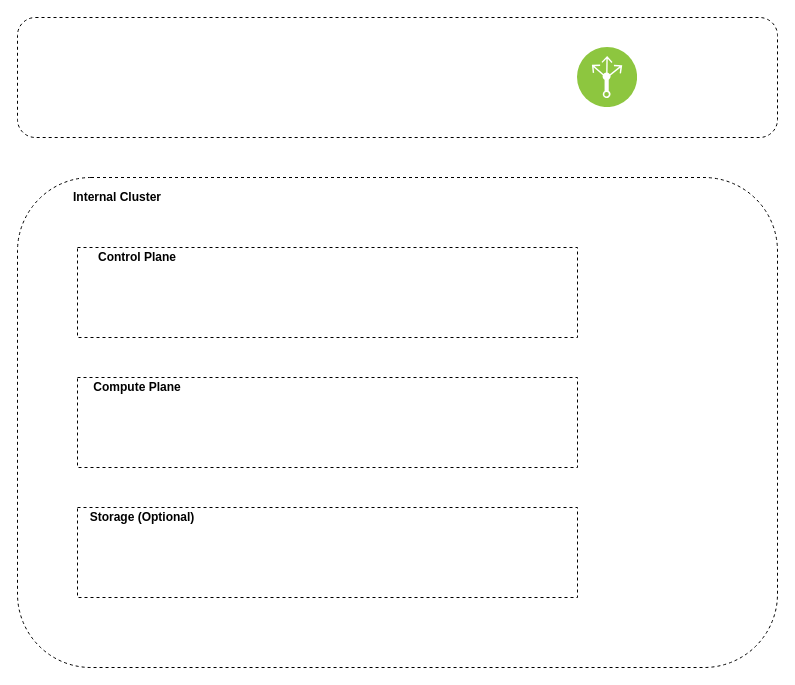
ibm-cloud-architecture/terraform-openshift4-vmware keeps this draw.io diagram as media/vcd_arch.drawio. Above is the earlier version. Source tidied: cells renumbered, new cells numbered last; positions are measured from the earlier drawing's top-left corner, leaving out a move shared by most shapes. Both pictures are drawn from the tidied source at 100%, with x=0, y=0 at pixel (17, 17).
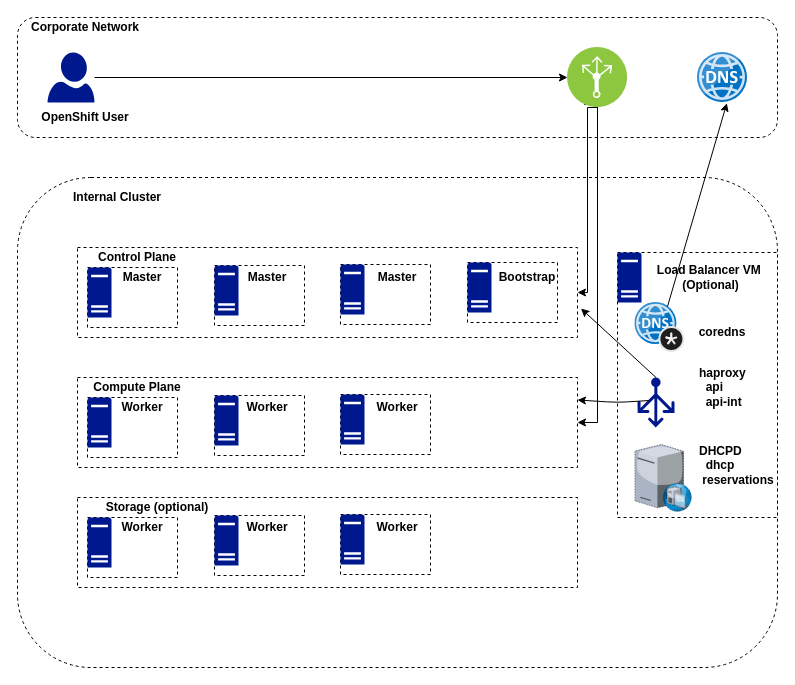
The same page after the edit.

The change refers to these unchanged cells:
```xml
<mxCell id="4" value="&lt;div style=&quot;text-align: justify&quot;&gt;&lt;br&gt;&lt;/div&gt;" style="rounded=0;whiteSpace=wrap;html=1;dashed=1;align=right;labelPosition=left;verticalLabelPosition=top;verticalAlign=bottom;" parent="1" vertex="1">
  <mxGeometry x="60" y="230" width="500" height="90" as="geometry" />
</mxCell>
```

Change to the diagram source:
```diff
@@
-    <mxCell id="5" style="rounded=0;whiteSpace=wrap;html=1;dashed=1;" parent="1" vertex="1">
-      <mxGeometry x="60" y="360" width="500" height="90" as="geometry" />
-    </mxCell>
-    <mxCell id="6" style="rounded=0;whiteSpace=wrap;html=1;dashed=1;" parent="1" vertex="1">
-      <mxGeometry x="60" y="490" width="500" height="90" as="geometry" />
-    </mxCell>
@@
+    <mxCell id="10" value="Internal Cluster" style="text;html=1;strokeColor=none;fillColor=none;align=center;verticalAlign=middle;whiteSpace=wrap;rounded=0;dashed=1;fontStyle=1;" parent="1" vertex="1">
+      <mxGeometry x="50" y="170" width="100" height="20" as="geometry" />
+    </mxCell>
+    <mxCell id="12" style="edgeStyle=orthogonalEdgeStyle;rounded=0;jettySize=auto;html=1;exitX=0.5;exitY=1;exitDx=0;exitDy=0;entryX=1;entryY=0.5;entryDx=0;entryDy=0;" parent="1" edge="1" source="11" target="4">
+      <mxGeometry relative="1" as="geometry">
+        <Array as="points">
+          <mxPoint x="570" y="90" />
+          <mxPoint x="570" y="275" />
+        </Array>
+      </mxGeometry>
+    </mxCell>
+    <mxCell id="13" style="edgeStyle=orthogonalEdgeStyle;rounded=0;jettySize=auto;html=1;exitX=0.25;exitY=1;exitDx=0;exitDy=0;entryX=1;entryY=0.5;entryDx=0;entryDy=0;" parent="1" edge="1" source="11" target="31">
+      <mxGeometry relative="1" as="geometry">
+        <Array as="points">
+          <mxPoint x="580" y="87" />
+          <mxPoint x="580" y="405" />
+        </Array>
+      </mxGeometry>
+    </mxCell>
+    <mxCell id="11" style="perimeter=ellipsePerimeter;html=1;align=center;shadow=0;dashed=0;fontColor=#4277BB;labelBackgroundColor=#ffffff;fontSize=12;spacingTop=3;image;image=img/lib/ibm/infrastructure/load_balancing_routing.svg;" parent="1" vertex="1">
+      <mxGeometry x="550" y="30" width="60" height="60" as="geometry" />
+    </mxCell>
+    <mxCell id="14" style="html=1;points=[];align=center;image;fontSize=12;image=img/lib/mscae/DNS.svg;dashed=1;" parent="1" vertex="1">
+      <mxGeometry x="680" y="35" width="50" height="50" as="geometry" />
+    </mxCell>
+    <mxCell id="15" style="edgeStyle=orthogonalEdgeStyle;rounded=0;jettySize=auto;html=1;entryX=0;entryY=0.5;entryDx=0;entryDy=0;" parent="1" edge="1" source="16" target="11">
+      <mxGeometry relative="1" as="geometry" />
+    </mxCell>
+    <mxCell id="16" style="shadow=0;dashed=0;html=1;strokeColor=none;labelPosition=center;verticalLabelPosition=bottom;verticalAlign=top;align=center;fillColor=#00188D;shape=mxgraph.azure.user;" parent="1" vertex="1">
+      <mxGeometry x="30" y="35" width="47" height="50" as="geometry" />
+    </mxCell>
+    <mxCell id="17" value="Corporate Network" style="text;html=1;strokeColor=none;fillColor=none;align=center;verticalAlign=middle;whiteSpace=wrap;rounded=0;dashed=1;fontStyle=1;" parent="1" vertex="1">
+      <mxGeometry width="136" height="20" as="geometry" />
+    </mxCell>
+    <mxCell id="18" value="OpenShift User" style="text;html=1;strokeColor=none;fillColor=none;align=center;verticalAlign=middle;whiteSpace=wrap;rounded=0;dashed=1;fontStyle=1;" parent="1" vertex="1">
+      <mxGeometry x="18" y="90" width="100" height="20" as="geometry" />
+    </mxCell>
+    <mxCell id="19" style="rounded=0;whiteSpace=wrap;html=1;dashed=1;" parent="1" vertex="1">
+      <mxGeometry x="70" y="250" width="90" height="60" as="geometry" />
+    </mxCell>
+    <mxCell id="20" style="rounded=0;whiteSpace=wrap;html=1;dashed=1;" parent="1" vertex="1">
+      <mxGeometry x="197" y="248" width="90" height="60" as="geometry" />
+    </mxCell>
+    <mxCell id="21" style="rounded=0;whiteSpace=wrap;html=1;dashed=1;" parent="1" vertex="1">
+      <mxGeometry x="323" y="247" width="90" height="60" as="geometry" />
+    </mxCell>
+    <mxCell id="22" style="rounded=0;whiteSpace=wrap;html=1;dashed=1;" parent="1" vertex="1">
+      <mxGeometry x="450" y="245" width="90" height="60" as="geometry" />
+    </mxCell>
+    <mxCell id="23" style="shadow=0;dashed=0;html=1;strokeColor=none;labelPosition=center;verticalLabelPosition=bottom;verticalAlign=top;align=center;fillColor=#00188D;shape=mxgraph.mscae.enterprise.server_generic;" parent="1" vertex="1">
+      <mxGeometry x="70" y="250" width="24" height="50" as="geometry" />
+    </mxCell>
+    <mxCell id="24" style="shadow=0;dashed=0;html=1;strokeColor=none;labelPosition=center;verticalLabelPosition=bottom;verticalAlign=top;align=center;fillColor=#00188D;shape=mxgraph.mscae.enterprise.server_generic;" parent="1" vertex="1">
+      <mxGeometry x="197" y="248" width="24" height="50" as="geometry" />
+    </mxCell>
+    <mxCell id="25" style="shadow=0;dashed=0;html=1;strokeColor=none;labelPosition=center;verticalLabelPosition=bottom;verticalAlign=top;align=center;fillColor=#00188D;shape=mxgraph.mscae.enterprise.server_generic;" parent="1" vertex="1">
+      <mxGeometry x="323" y="247" width="24" height="50" as="geometry" />
+    </mxCell>
+    <mxCell id="26" style="shadow=0;dashed=0;html=1;strokeColor=none;labelPosition=center;verticalLabelPosition=bottom;verticalAlign=top;align=center;fillColor=#00188D;shape=mxgraph.mscae.enterprise.server_generic;" parent="1" vertex="1">
+      <mxGeometry x="450" y="245" width="24" height="50" as="geometry" />
+    </mxCell>
+    <mxCell id="27" value="&lt;b&gt;Master&lt;/b&gt;" style="text;html=1;strokeColor=none;fillColor=none;align=center;verticalAlign=middle;whiteSpace=wrap;rounded=0;dashed=1;" parent="1" vertex="1">
+      <mxGeometry x="105" y="250" width="40" height="20" as="geometry" />
+    </mxCell>
+    <mxCell id="28" value="&lt;b&gt;Master&lt;/b&gt;" style="text;html=1;strokeColor=none;fillColor=none;align=center;verticalAlign=middle;whiteSpace=wrap;rounded=0;dashed=1;" parent="1" vertex="1">
+      <mxGeometry x="230" y="250" width="40" height="20" as="geometry" />
+    </mxCell>
+    <mxCell id="29" value="&lt;b&gt;Master&lt;/b&gt;" style="text;html=1;strokeColor=none;fillColor=none;align=center;verticalAlign=middle;whiteSpace=wrap;rounded=0;dashed=1;" parent="1" vertex="1">
+      <mxGeometry x="360" y="250" width="40" height="20" as="geometry" />
+    </mxCell>
+    <mxCell id="30" value="&lt;b&gt;Bootstrap&lt;/b&gt;" style="text;html=1;strokeColor=none;fillColor=none;align=center;verticalAlign=middle;whiteSpace=wrap;rounded=0;dashed=1;" parent="1" vertex="1">
+      <mxGeometry x="490" y="250" width="40" height="20" as="geometry" />
+    </mxCell>
+    <mxCell id="31" value="&lt;div style=&quot;text-align: justify&quot;&gt;&lt;br&gt;&lt;/div&gt;" style="rounded=0;whiteSpace=wrap;html=1;dashed=1;align=right;labelPosition=left;verticalLabelPosition=top;verticalAlign=bottom;" parent="1" vertex="1">
+      <mxGeometry x="60" y="360" width="500" height="90" as="geometry" />
+    </mxCell>
@@
-    <mxCell id="9" value="Storage (Optional)" style="text;html=1;strokeColor=none;fillColor=none;align=center;verticalAlign=middle;whiteSpace=wrap;rounded=0;dashed=1;fontStyle=1;" parent="1" vertex="1">
-      <mxGeometry x="70" y="490" width="110" height="20" as="geometry" />
-    </mxCell>
-    <mxCell id="10" value="Internal Cluster" style="text;html=1;strokeColor=none;fillColor=none;align=center;verticalAlign=middle;whiteSpace=wrap;rounded=0;dashed=1;fontStyle=1;" parent="1" vertex="1">
-      <mxGeometry x="50" y="170" width="100" height="20" as="geometry" />
-    </mxCell>
-    <mxCell id="11" style="perimeter=ellipsePerimeter;html=1;align=center;shadow=0;dashed=0;fontColor=#4277BB;labelBackgroundColor=#ffffff;fontSize=12;spacingTop=3;image;image=img/lib/ibm/infrastructure/load_balancing_routing.svg;" parent="1" vertex="1">
-      <mxGeometry x="560" y="30" width="60" height="60" as="geometry" />
-    </mxCell>
+    <mxCell id="32" style="rounded=0;whiteSpace=wrap;html=1;dashed=1;" parent="1" vertex="1">
+      <mxGeometry x="70" y="380" width="90" height="60" as="geometry" />
+    </mxCell>
+    <mxCell id="33" style="rounded=0;whiteSpace=wrap;html=1;dashed=1;" parent="1" vertex="1">
+      <mxGeometry x="197" y="378" width="90" height="60" as="geometry" />
+    </mxCell>
+    <mxCell id="34" style="rounded=0;whiteSpace=wrap;html=1;dashed=1;" parent="1" vertex="1">
+      <mxGeometry x="323" y="377" width="90" height="60" as="geometry" />
+    </mxCell>
+    <mxCell id="35" style="shadow=0;dashed=0;html=1;strokeColor=none;labelPosition=center;verticalLabelPosition=bottom;verticalAlign=top;align=center;fillColor=#00188D;shape=mxgraph.mscae.enterprise.server_generic;" parent="1" vertex="1">
+      <mxGeometry x="70" y="380" width="24" height="50" as="geometry" />
+    </mxCell>
+    <mxCell id="36" style="shadow=0;dashed=0;html=1;strokeColor=none;labelPosition=center;verticalLabelPosition=bottom;verticalAlign=top;align=center;fillColor=#00188D;shape=mxgraph.mscae.enterprise.server_generic;" parent="1" vertex="1">
+      <mxGeometry x="197" y="378" width="24" height="50" as="geometry" />
+    </mxCell>
+    <mxCell id="37" style="shadow=0;dashed=0;html=1;strokeColor=none;labelPosition=center;verticalLabelPosition=bottom;verticalAlign=top;align=center;fillColor=#00188D;shape=mxgraph.mscae.enterprise.server_generic;" parent="1" vertex="1">
+      <mxGeometry x="323" y="377" width="24" height="50" as="geometry" />
+    </mxCell>
+    <mxCell id="38" value="&lt;b&gt;Worker&lt;/b&gt;" style="text;html=1;strokeColor=none;fillColor=none;align=center;verticalAlign=middle;whiteSpace=wrap;rounded=0;dashed=1;" parent="1" vertex="1">
+      <mxGeometry x="105" y="380" width="40" height="20" as="geometry" />
+    </mxCell>
+    <mxCell id="39" value="&lt;b&gt;Worker&lt;/b&gt;" style="text;html=1;strokeColor=none;fillColor=none;align=center;verticalAlign=middle;whiteSpace=wrap;rounded=0;dashed=1;" parent="1" vertex="1">
+      <mxGeometry x="230" y="380" width="40" height="20" as="geometry" />
+    </mxCell>
+    <mxCell id="40" value="&lt;b&gt;Worker&lt;/b&gt;" style="text;html=1;strokeColor=none;fillColor=none;align=center;verticalAlign=middle;whiteSpace=wrap;rounded=0;dashed=1;" parent="1" vertex="1">
+      <mxGeometry x="360" y="380" width="40" height="20" as="geometry" />
+    </mxCell>
+    <mxCell id="41" value="&lt;div style=&quot;text-align: justify&quot;&gt;&lt;br&gt;&lt;/div&gt;" style="rounded=0;whiteSpace=wrap;html=1;dashed=1;align=right;labelPosition=left;verticalLabelPosition=top;verticalAlign=bottom;" parent="1" vertex="1">
+      <mxGeometry x="60" y="480" width="500" height="90" as="geometry" />
+    </mxCell>
+    <mxCell id="42" value="Storage (optional)" style="text;html=1;strokeColor=none;fillColor=none;align=center;verticalAlign=middle;whiteSpace=wrap;rounded=0;dashed=1;fontStyle=1;" parent="1" vertex="1">
+      <mxGeometry x="70" y="480" width="140" height="20" as="geometry" />
+    </mxCell>
+    <mxCell id="43" style="rounded=0;whiteSpace=wrap;html=1;dashed=1;" parent="1" vertex="1">
+      <mxGeometry x="70" y="500" width="90" height="60" as="geometry" />
+    </mxCell>
+    <mxCell id="44" style="rounded=0;whiteSpace=wrap;html=1;dashed=1;" parent="1" vertex="1">
+      <mxGeometry x="197" y="498" width="90" height="60" as="geometry" />
+    </mxCell>
+    <mxCell id="45" style="rounded=0;whiteSpace=wrap;html=1;dashed=1;" parent="1" vertex="1">
+      <mxGeometry x="323" y="497" width="90" height="60" as="geometry" />
+    </mxCell>
+    <mxCell id="46" style="shadow=0;dashed=0;html=1;strokeColor=none;labelPosition=center;verticalLabelPosition=bottom;verticalAlign=top;align=center;fillColor=#00188D;shape=mxgraph.mscae.enterprise.server_generic;" parent="1" vertex="1">
+      <mxGeometry x="70" y="500" width="24" height="50" as="geometry" />
+    </mxCell>
+    <mxCell id="47" style="shadow=0;dashed=0;html=1;strokeColor=none;labelPosition=center;verticalLabelPosition=bottom;verticalAlign=top;align=center;fillColor=#00188D;shape=mxgraph.mscae.enterprise.server_generic;" parent="1" vertex="1">
+      <mxGeometry x="197" y="498" width="24" height="50" as="geometry" />
+    </mxCell>
+    <mxCell id="48" style="shadow=0;dashed=0;html=1;strokeColor=none;labelPosition=center;verticalLabelPosition=bottom;verticalAlign=top;align=center;fillColor=#00188D;shape=mxgraph.mscae.enterprise.server_generic;" parent="1" vertex="1">
+      <mxGeometry x="323" y="497" width="24" height="50" as="geometry" />
+    </mxCell>
+    <mxCell id="49" value="&lt;b&gt;Worker&lt;/b&gt;" style="text;html=1;strokeColor=none;fillColor=none;align=center;verticalAlign=middle;whiteSpace=wrap;rounded=0;dashed=1;" parent="1" vertex="1">
+      <mxGeometry x="105" y="500" width="40" height="20" as="geometry" />
+    </mxCell>
+    <mxCell id="50" value="&lt;b&gt;Worker&lt;/b&gt;" style="text;html=1;strokeColor=none;fillColor=none;align=center;verticalAlign=middle;whiteSpace=wrap;rounded=0;dashed=1;" parent="1" vertex="1">
+      <mxGeometry x="230" y="500" width="40" height="20" as="geometry" />
+    </mxCell>
+    <mxCell id="51" value="&lt;b&gt;Worker&lt;/b&gt;" style="text;html=1;strokeColor=none;fillColor=none;align=center;verticalAlign=middle;whiteSpace=wrap;rounded=0;dashed=1;" parent="1" vertex="1">
+      <mxGeometry x="360" y="500" width="40" height="20" as="geometry" />
+    </mxCell>
+    <mxCell id="52" style="rounded=0;whiteSpace=wrap;html=1;dashed=1;" parent="1" vertex="1">
+      <mxGeometry x="600" y="235" width="160" height="265" as="geometry" />
+    </mxCell>
+    <mxCell id="53" style="shadow=0;dashed=0;html=1;strokeColor=none;labelPosition=center;verticalLabelPosition=bottom;verticalAlign=top;align=center;fillColor=#00188D;shape=mxgraph.mscae.enterprise.server_generic;" parent="1" vertex="1">
+      <mxGeometry x="600" y="235" width="24" height="50" as="geometry" />
+    </mxCell>
+    <mxCell id="54" value="&lt;b&gt;Load Balancer VM&amp;nbsp;&lt;br&gt;(Optional)&lt;br&gt;&lt;/b&gt;" style="text;html=1;strokeColor=none;fillColor=none;align=center;verticalAlign=middle;whiteSpace=wrap;rounded=0;dashed=1;" parent="1" vertex="1">
+      <mxGeometry x="637" y="250" width="113" height="20" as="geometry" />
+    </mxCell>
+    <mxCell id="55" style="html=1;points=[];align=center;image;fontSize=12;image=img/lib/mscae/DNS_Private_Zones.svg;dashed=1;" parent="1" vertex="1">
+      <mxGeometry x="617.4" y="285" width="50" height="50" as="geometry" />
+    </mxCell>
+    <mxCell id="56" style="shadow=0;dashed=0;html=1;strokeColor=none;labelPosition=center;verticalLabelPosition=bottom;verticalAlign=top;align=center;fillColor=#00188D;shape=mxgraph.azure.load_balancer_generic;" parent="1" vertex="1">
+      <mxGeometry x="620" y="360" width="37" height="50" as="geometry" />
+    </mxCell>
+    <mxCell id="57" style="verticalLabelPosition=bottom;html=1;verticalAlign=top;strokeColor=none;align=center;shape=mxgraph.citrix.dhcp_server;dashed=1;" parent="1" vertex="1">
+      <mxGeometry x="617.4" y="427" width="56.6" height="67" as="geometry" />
+    </mxCell>
+    <mxCell id="58" value="&lt;b&gt;coredns&lt;/b&gt;" style="text;html=1;strokeColor=none;fillColor=none;align=center;verticalAlign=middle;whiteSpace=wrap;rounded=0;dashed=1;" parent="1" vertex="1">
+      <mxGeometry x="685" y="305" width="40" height="20" as="geometry" />
+    </mxCell>
+    <mxCell id="59" value="&lt;b&gt;haproxy&lt;br&gt;&amp;nbsp; api&lt;br&gt;&amp;nbsp; api-int&lt;/b&gt;" style="text;html=1;strokeColor=none;fillColor=none;align=left;verticalAlign=middle;whiteSpace=wrap;rounded=0;dashed=1;" parent="1" vertex="1">
+      <mxGeometry x="680" y="360" width="55" height="20" as="geometry" />
+    </mxCell>
+    <mxCell id="60" value="&lt;b&gt;DHCPD&lt;br&gt;&amp;nbsp; dhcp&lt;br&gt;&amp;nbsp;reservations&lt;/b&gt;" style="text;html=1;strokeColor=none;fillColor=none;align=left;verticalAlign=middle;whiteSpace=wrap;rounded=0;dashed=1;" parent="1" vertex="1">
+      <mxGeometry x="680" y="438" width="55" height="20" as="geometry" />
+    </mxCell>
+    <mxCell id="61" style="endArrow=classic;html=1;entryX=1;entryY=0.25;entryDx=0;entryDy=0;exitX=0.324;exitY=0.46;exitDx=0;exitDy=0;exitPerimeter=0;" parent="1" edge="1" source="56" target="31">
+      <mxGeometry relative="1" as="geometry">
+        <Array as="points">
+          <mxPoint x="600" y="385" />
+        </Array>
+      </mxGeometry>
+    </mxCell>
+    <mxCell id="62" style="endArrow=classic;html=1;entryX=1.007;entryY=0.678;entryDx=0;entryDy=0;entryPerimeter=0;exitX=0.5;exitY=0;exitDx=0;exitDy=0;exitPerimeter=0;" parent="1" edge="1" source="56" target="4">
+      <mxGeometry relative="1" as="geometry" />
+    </mxCell>
+    <mxCell id="63" style="endArrow=classic;html=1;entryX=0.587;entryY=1.013;entryDx=0;entryDy=0;entryPerimeter=0;exitX=0.652;exitY=0.08;exitDx=0;exitDy=0;exitPerimeter=0;" parent="1" edge="1" source="55" target="14">
+      <mxGeometry relative="1" as="geometry" />
+    </mxCell>
```
